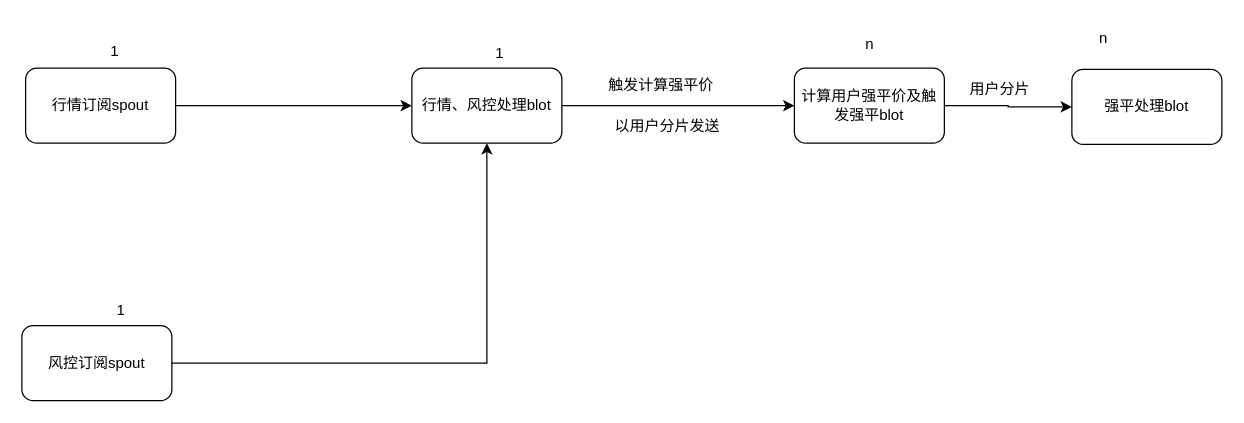
Before: core risk集群方案.drawio in xu-xiwei/drawio, a draw.io diagram. Source tidied: cells renumbered, new cells numbered last; positions are measured from the earlier drawing's top-left corner, leaving out a move shared by most shapes. Both pictures are drawn from the tidied source at 125%, with x=0, y=0 at pixel (21, 21).
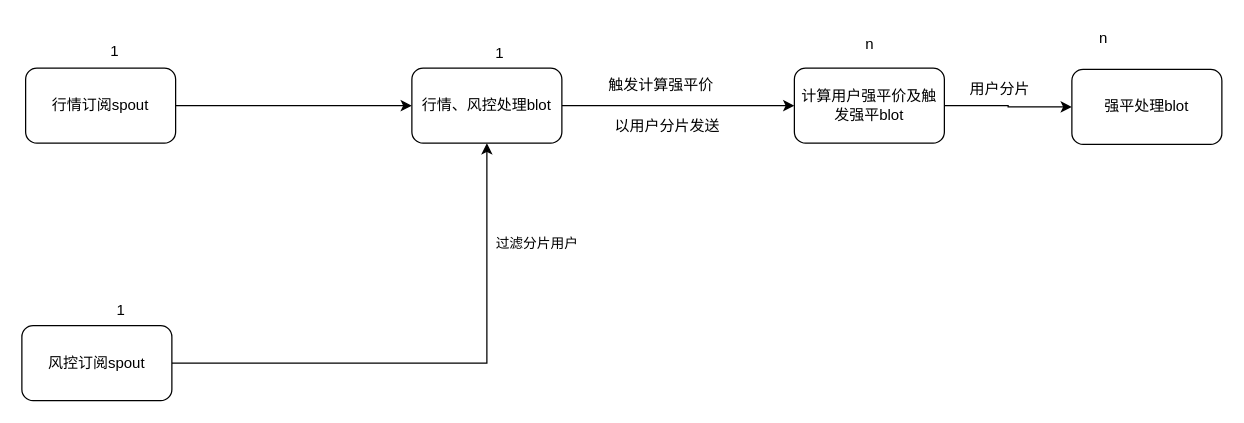
The same diagram, later.

Commit message (it also covers changes not shown here):
更新core risk集群方案.drawio

Unchanged cells that the change refers to:
```xml
<mxCell id="4" style="edgeStyle=orthogonalEdgeStyle;rounded=0;jettySize=auto;html=1;entryX=0.5;entryY=1;entryDx=0;entryDy=0;" parent="1" edge="1" source="5" target="7">
  <mxGeometry relative="1" as="geometry" />
</mxCell>
```

Diff of the diagram source:
```diff
@@
+    <mxCell id="19" value="过滤分片用户" style="edgeLabel;html=1;align=center;verticalAlign=middle;" parent="4" vertex="1">
+      <mxGeometry x="0.66" y="-4" relative="1" as="geometry">
+        <mxPoint x="35" y="6" as="offset" />
+      </mxGeometry>
+    </mxCell>
```
